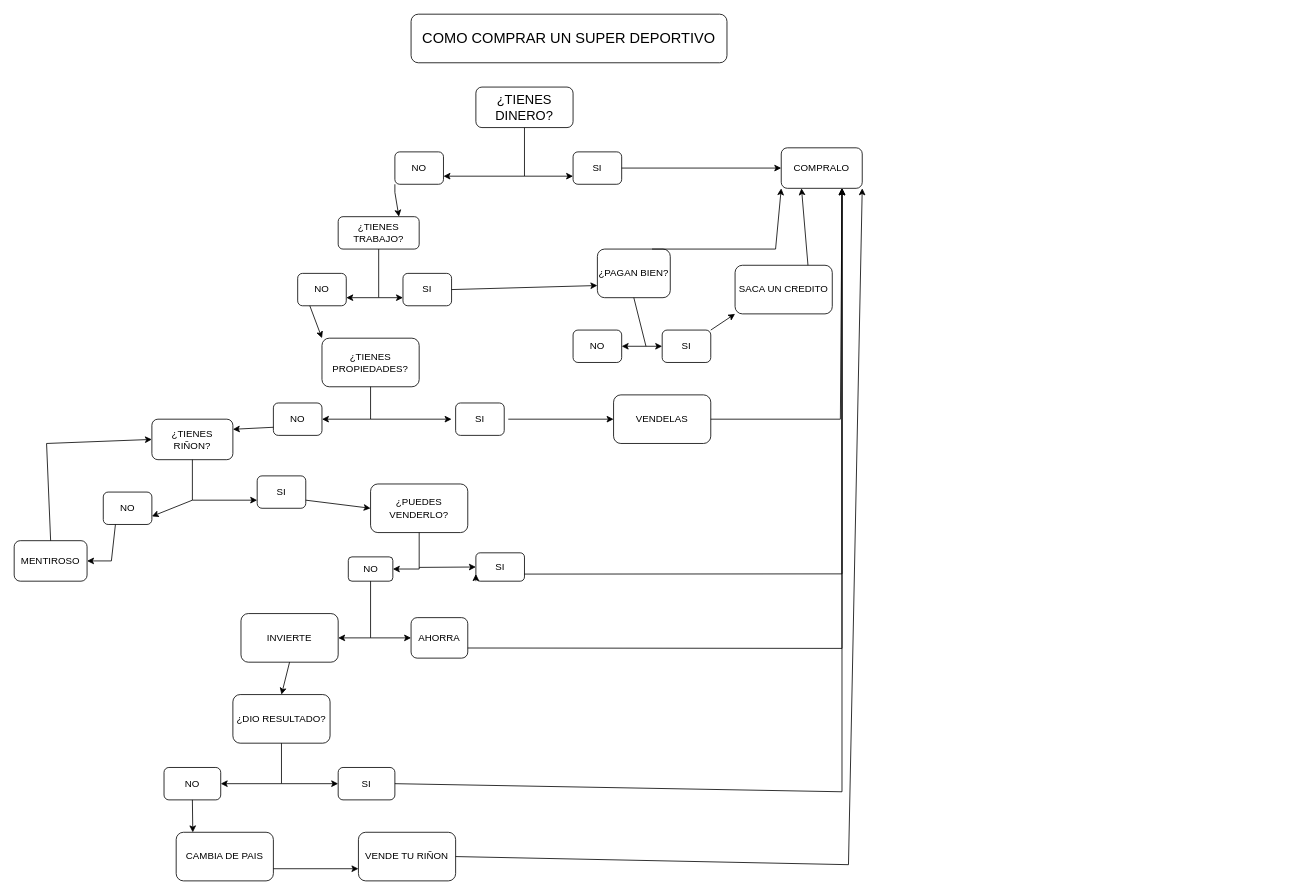
This is Diagrama sin título.drawio from tomatopicaron/Diagramas-de-flujo, a draw.io file, before an edit. Source tidied: cells renumbered, new cells numbered last; positions are measured from the earlier drawing's top-left corner, leaving out a move shared by most shapes. Both pictures are drawn from the tidied source at 81%, with x=0, y=0 at pixel (14, 14).
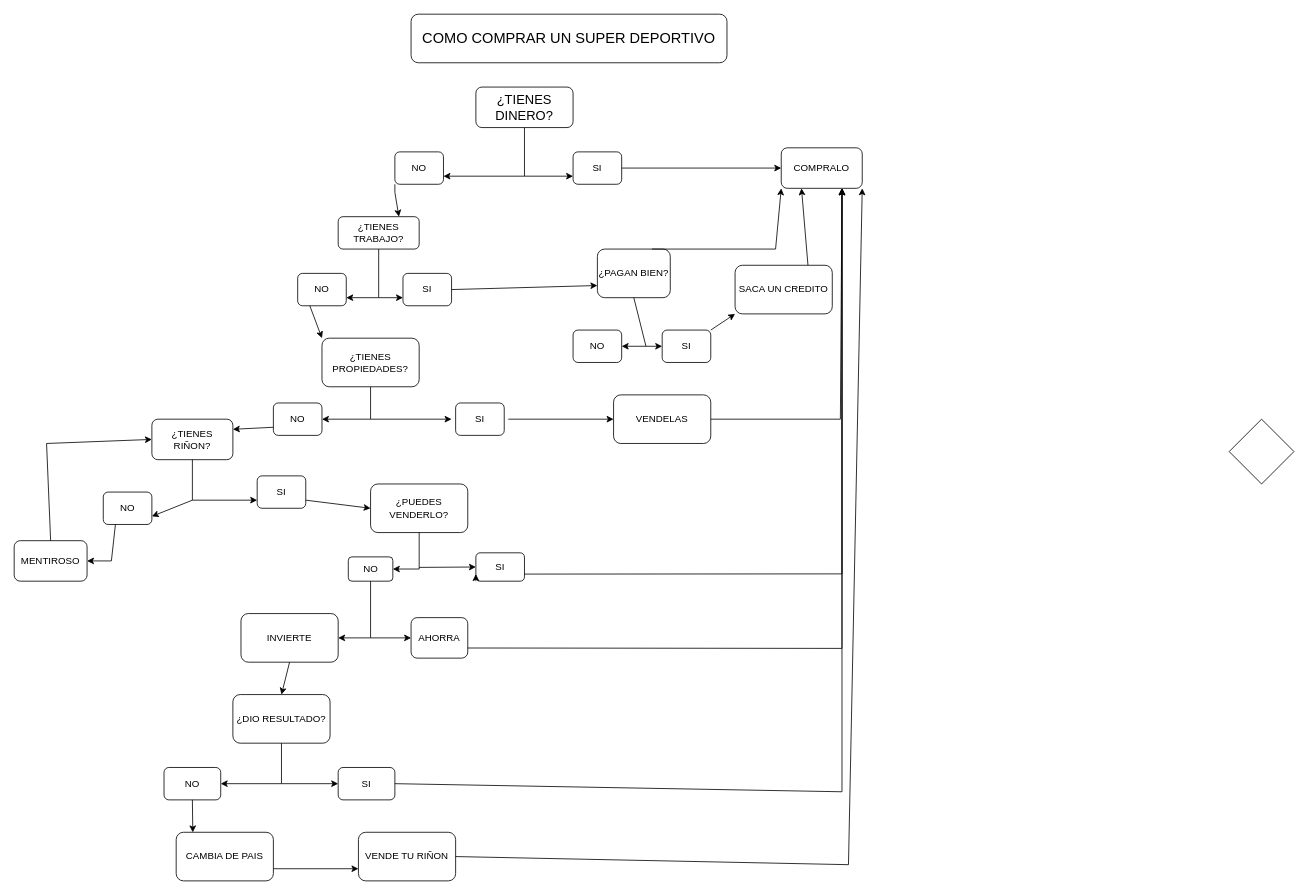
The same diagram, later.

What changed in the source:
```diff
@@
+    <mxCell id="69" style="rhombus;whiteSpace=wrap;html=1;" parent="1" vertex="1">
+      <mxGeometry x="1500" y="500" width="80" height="80" as="geometry" />
+    </mxCell>
```
